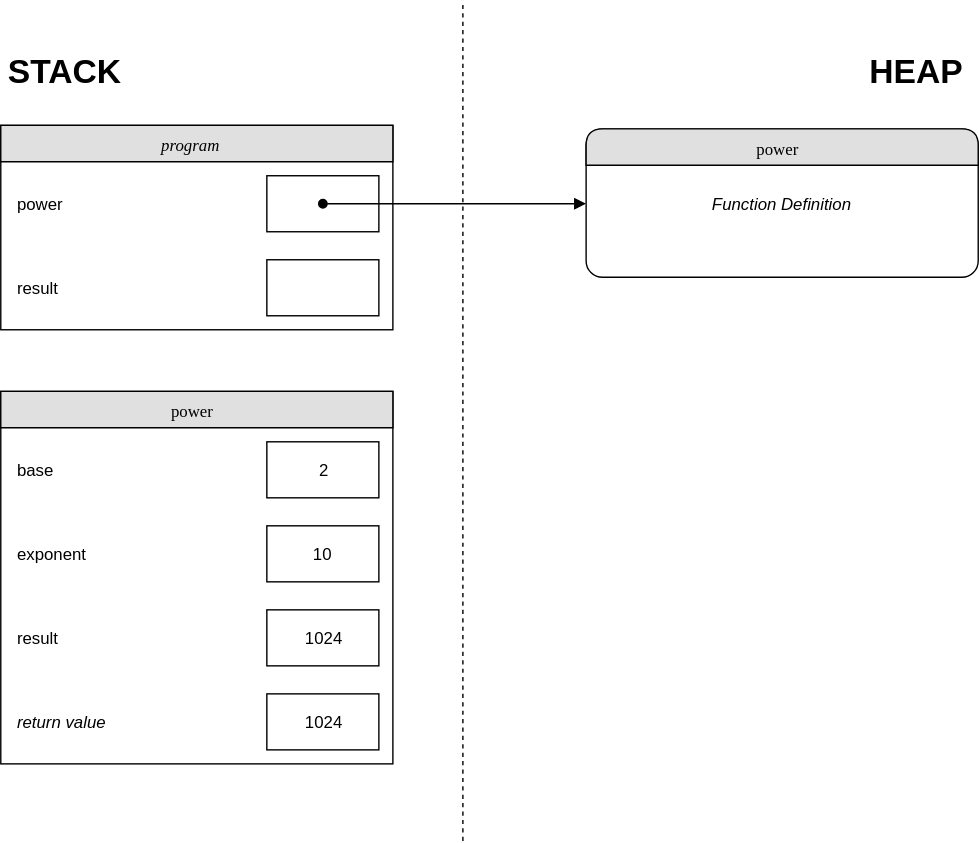
Before: img/memory_model/chap03/power.svg, a diagram exported from draw.io (HANICA-DWA/Eloquent-JavaScript). Source tidied: cells renumbered, new cells last; positions are measured from the earlier drawing's top-left corner, leaving out a move shared by most shapes. The source it was exported from:
```xml
<mxGraphModel background="#ffffff">
  <root>
    <mxCell id="0" />
    <mxCell id="1" parent="0" />
    <mxCell id="2" value="&lt;i&gt;program&lt;/i&gt;" style="swimlane;html=1;fontStyle=0;horizontal=1;startSize=26;fillColor=#e0e0e0;swimlaneFillColor=#ffffff;align=center;rounded=0;shadow=0;comic=0;labelBackgroundColor=none;strokeColor=#000000;strokeWidth=1;fontFamily=Verdana;fontSize=12;fontColor=#000000;" parent="1" vertex="1">
      <mxGeometry y="89" width="280" height="146" as="geometry" />
    </mxCell>
    <mxCell id="3" value="power" style="rounded=0;whiteSpace=wrap;html=1;strokeColor=none;strokeWidth=1;fillColor=none;align=left;labelPosition=center;verticalLabelPosition=middle;verticalAlign=middle;spacingLeft=10;" parent="2" vertex="1">
      <mxGeometry y="26" width="280" height="60" as="geometry" />
    </mxCell>
    <mxCell id="4" style="rounded=0;whiteSpace=wrap;html=1;strokeColor=#000000;strokeWidth=1;fillColor=none;points=[[0.5,0.5,0]];" parent="3" vertex="1">
      <mxGeometry x="190" y="10" width="80" height="40" as="geometry" />
    </mxCell>
    <mxCell id="5" value="result" style="rounded=0;whiteSpace=wrap;html=1;strokeColor=none;strokeWidth=1;fillColor=none;align=left;labelPosition=center;verticalLabelPosition=middle;verticalAlign=middle;spacingLeft=10;" parent="2" vertex="1">
      <mxGeometry y="86" width="280" height="60" as="geometry" />
    </mxCell>
    <mxCell id="6" style="rounded=0;whiteSpace=wrap;html=1;strokeColor=#000000;strokeWidth=1;fillColor=none;" parent="5" vertex="1">
      <mxGeometry x="190" y="10" width="80" height="40" as="geometry" />
    </mxCell>
    <mxCell id="7" value="power" style="swimlane;html=1;fontStyle=0;horizontal=1;startSize=26;fillColor=#e0e0e0;swimlaneFillColor=#ffffff;align=center;rounded=1;shadow=0;comic=0;labelBackgroundColor=none;strokeColor=#000000;strokeWidth=1;fontFamily=Verdana;fontSize=12;fontColor=#000000;" parent="1" vertex="1">
      <mxGeometry x="418" y="91.5" width="280" height="106" as="geometry" />
    </mxCell>
    <mxCell id="8" value="&lt;i&gt;Function Definition&lt;br&gt;&lt;/i&gt;" style="text;html=1;strokeColor=none;fillColor=none;align=center;verticalAlign=middle;whiteSpace=wrap;rounded=0;" parent="7" vertex="1">
      <mxGeometry y="26" width="280" height="54" as="geometry" />
    </mxCell>
    <mxCell id="9" style="html=1;exitX=0.5;exitY=0.5;exitPerimeter=0;entryX=0;entryY=0.5;jettySize=auto;rounded=0;startArrow=oval;startFill=1;endArrow=block;endFill=1;" parent="1" edge="1" source="4" target="7">
      <mxGeometry relative="1" as="geometry" />
    </mxCell>
    <mxCell id="10" value="power" style="swimlane;html=1;fontStyle=0;horizontal=1;startSize=26;fillColor=#e0e0e0;swimlaneFillColor=#ffffff;align=center;rounded=0;shadow=0;comic=0;labelBackgroundColor=none;strokeColor=#000000;strokeWidth=1;fontFamily=Verdana;fontSize=12;fontColor=#000000;" parent="1" vertex="1">
      <mxGeometry y="279" width="280" height="266" as="geometry" />
    </mxCell>
    <mxCell id="11" value="base" style="rounded=0;whiteSpace=wrap;html=1;strokeColor=none;strokeWidth=1;fillColor=none;align=left;labelPosition=center;verticalLabelPosition=middle;verticalAlign=middle;spacingLeft=10;" parent="10" vertex="1">
      <mxGeometry y="26" width="280" height="60" as="geometry" />
    </mxCell>
    <mxCell id="12" value="2" style="rounded=0;whiteSpace=wrap;html=1;strokeColor=#000000;strokeWidth=1;fillColor=none;" parent="11" vertex="1">
      <mxGeometry x="190" y="10" width="80" height="40" as="geometry" />
    </mxCell>
    <mxCell id="13" value="exponent" style="rounded=0;whiteSpace=wrap;html=1;strokeColor=none;strokeWidth=1;fillColor=none;align=left;labelPosition=center;verticalLabelPosition=middle;verticalAlign=middle;spacingLeft=10;" parent="10" vertex="1">
      <mxGeometry y="86" width="280" height="60" as="geometry" />
    </mxCell>
    <mxCell id="14" value="10" style="rounded=0;whiteSpace=wrap;html=1;strokeColor=#000000;strokeWidth=1;fillColor=none;" parent="13" vertex="1">
      <mxGeometry x="190" y="10" width="80" height="40" as="geometry" />
    </mxCell>
    <mxCell id="15" value="result" style="rounded=0;whiteSpace=wrap;html=1;strokeColor=none;strokeWidth=1;fillColor=none;align=left;labelPosition=center;verticalLabelPosition=middle;verticalAlign=middle;spacingLeft=10;" parent="10" vertex="1">
      <mxGeometry y="146" width="280" height="60" as="geometry" />
    </mxCell>
    <mxCell id="16" value="1024" style="rounded=0;whiteSpace=wrap;html=1;strokeColor=#000000;strokeWidth=1;fillColor=none;" parent="15" vertex="1">
      <mxGeometry x="190" y="10" width="80" height="40" as="geometry" />
    </mxCell>
    <mxCell id="17" value="&lt;i&gt;return value&lt;/i&gt;" style="rounded=0;whiteSpace=wrap;html=1;strokeColor=none;strokeWidth=1;fillColor=none;align=left;labelPosition=center;verticalLabelPosition=middle;verticalAlign=middle;spacingLeft=10;" parent="10" vertex="1">
      <mxGeometry y="206" width="280" height="60" as="geometry" />
    </mxCell>
    <mxCell id="18" value="1024" style="rounded=0;whiteSpace=wrap;html=1;strokeColor=#000000;strokeWidth=1;fillColor=none;" parent="17" vertex="1">
      <mxGeometry x="190" y="10" width="80" height="40" as="geometry" />
    </mxCell>
    <mxCell id="19" value="&lt;font style=&quot;font-size: 24px&quot;&gt;&lt;b&gt;STACK&lt;/b&gt;&lt;/font&gt;" style="text;html=1;strokeColor=none;fillColor=none;align=center;verticalAlign=middle;whiteSpace=wrap;rounded=0;" parent="1" vertex="1">
      <mxGeometry y="40" width="90" height="20" as="geometry" />
    </mxCell>
    <mxCell id="20" value="&lt;font style=&quot;font-size: 24px&quot;&gt;&lt;b&gt;HEAP&lt;/b&gt;&lt;/font&gt;" style="text;html=1;strokeColor=none;fillColor=none;align=center;verticalAlign=middle;whiteSpace=wrap;rounded=0;" parent="1" vertex="1">
      <mxGeometry x="608" y="40" width="90" height="20" as="geometry" />
    </mxCell>
    <mxCell id="21" style="endArrow=none;dashed=1;html=1;" parent="1" edge="1">
      <mxGeometry relative="1" as="geometry">
        <mxPoint x="330" y="600" as="sourcePoint" />
        <mxPoint x="330" as="targetPoint" />
      </mxGeometry>
    </mxCell>
  </root>
</mxGraphModel>
```
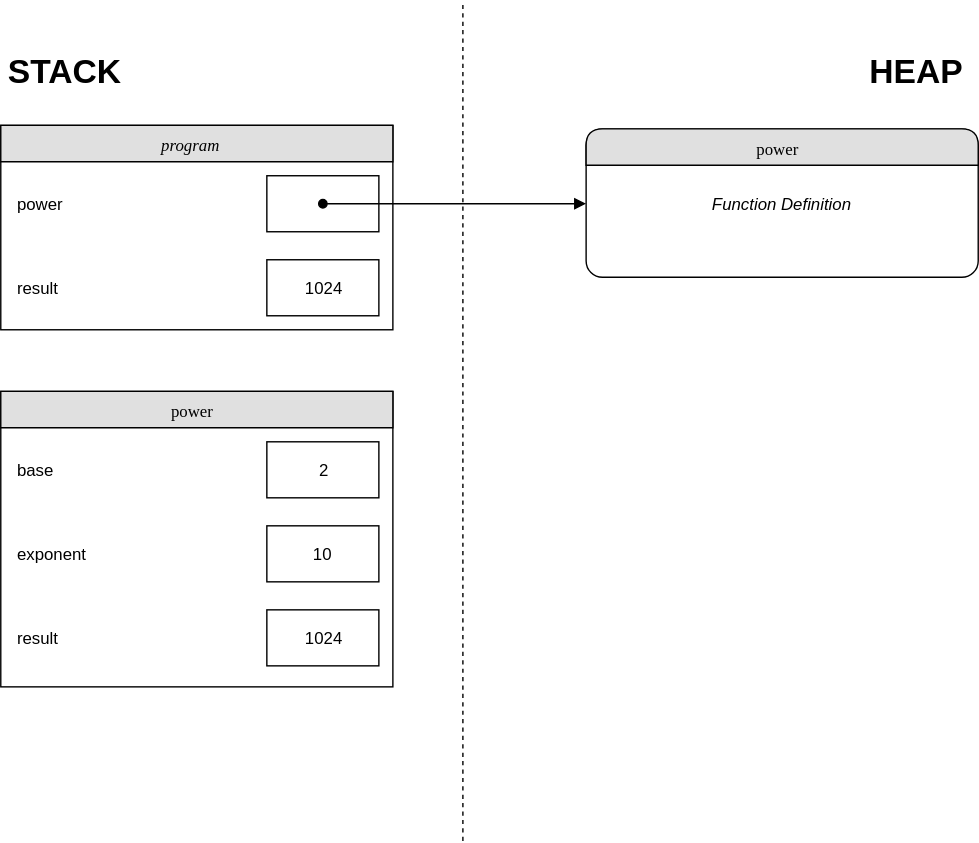
The same diagram one commit later.

What changed in the source:
```diff
@@ -14,7 +14,7 @@
     <mxCell id="5" value="result" style="rounded=0;whiteSpace=wrap;html=1;strokeColor=none;strokeWidth=1;fillColor=none;align=left;labelPosition=center;verticalLabelPosition=middle;verticalAlign=middle;spacingLeft=10;" parent="2" vertex="1">
       <mxGeometry y="86" width="280" height="60" as="geometry" />
     </mxCell>
-    <mxCell id="6" style="rounded=0;whiteSpace=wrap;html=1;strokeColor=#000000;strokeWidth=1;fillColor=none;" parent="5" vertex="1">
+    <mxCell id="6" value="1024" style="rounded=0;whiteSpace=wrap;html=1;strokeColor=#000000;strokeWidth=1;fillColor=none;" parent="5" vertex="1">
       <mxGeometry x="190" y="10" width="80" height="40" as="geometry" />
     </mxCell>
     <mxCell id="7" value="power" style="swimlane;html=1;fontStyle=0;horizontal=1;startSize=26;fillColor=#e0e0e0;swimlaneFillColor=#ffffff;align=center;rounded=1;shadow=0;comic=0;labelBackgroundColor=none;strokeColor=#000000;strokeWidth=1;fontFamily=Verdana;fontSize=12;fontColor=#000000;" parent="1" vertex="1">
@@ -27,7 +27,7 @@
       <mxGeometry relative="1" as="geometry" />
     </mxCell>
     <mxCell id="10" value="power" style="swimlane;html=1;fontStyle=0;horizontal=1;startSize=26;fillColor=#e0e0e0;swimlaneFillColor=#ffffff;align=center;rounded=0;shadow=0;comic=0;labelBackgroundColor=none;strokeColor=#000000;strokeWidth=1;fontFamily=Verdana;fontSize=12;fontColor=#000000;" parent="1" vertex="1">
-      <mxGeometry y="279" width="280" height="266" as="geometry" />
+      <mxGeometry y="279" width="280" height="211" as="geometry" />
     </mxCell>
     <mxCell id="11" value="base" style="rounded=0;whiteSpace=wrap;html=1;strokeColor=none;strokeWidth=1;fillColor=none;align=left;labelPosition=center;verticalLabelPosition=middle;verticalAlign=middle;spacingLeft=10;" parent="10" vertex="1">
       <mxGeometry y="26" width="280" height="60" as="geometry" />
@@ -47,12 +47,6 @@
     <mxCell id="16" value="1024" style="rounded=0;whiteSpace=wrap;html=1;strokeColor=#000000;strokeWidth=1;fillColor=none;" parent="15" vertex="1">
       <mxGeometry x="190" y="10" width="80" height="40" as="geometry" />
     </mxCell>
-    <mxCell id="17" value="&lt;i&gt;return value&lt;/i&gt;" style="rounded=0;whiteSpace=wrap;html=1;strokeColor=none;strokeWidth=1;fillColor=none;align=left;labelPosition=center;verticalLabelPosition=middle;verticalAlign=middle;spacingLeft=10;" parent="10" vertex="1">
-      <mxGeometry y="206" width="280" height="60" as="geometry" />
-    </mxCell>
-    <mxCell id="18" value="1024" style="rounded=0;whiteSpace=wrap;html=1;strokeColor=#000000;strokeWidth=1;fillColor=none;" parent="17" vertex="1">
-      <mxGeometry x="190" y="10" width="80" height="40" as="geometry" />
-    </mxCell>
     <mxCell id="19" value="&lt;font style=&quot;font-size: 24px&quot;&gt;&lt;b&gt;STACK&lt;/b&gt;&lt;/font&gt;" style="text;html=1;strokeColor=none;fillColor=none;align=center;verticalAlign=middle;whiteSpace=wrap;rounded=0;" parent="1" vertex="1">
       <mxGeometry y="40" width="90" height="20" as="geometry" />
     </mxCell>
```
